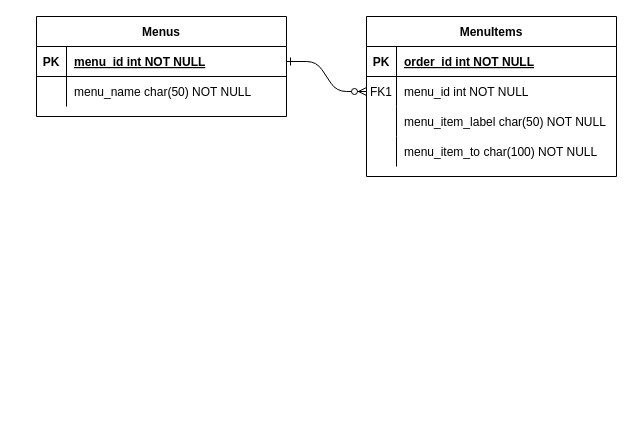
mckatoo/clean-arch-fullcycle keeps this draw.io diagram as ikatoo.drawio. Above is the earlier version. Source tidied: cells renumbered, new cells numbered last; positions are measured from the earlier drawing's top-left corner, leaving out a move shared by most shapes. Both pictures are drawn from the tidied source at 100%, with x=0, y=0 at pixel (36, 16).
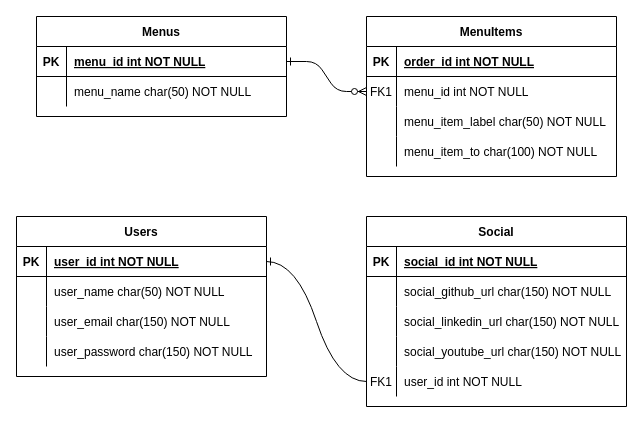
The same page after the edit.

Commit message:
Add users entity with relationship on social entity

Diff of the diagram source:
```diff
@@
+    <mxCell id="23" value="Social" style="shape=table;startSize=30;childLayout=tableLayout;rowLines=0;fontStyle=1;align=center;" parent="1" vertex="1">
+      <mxGeometry x="330" y="200" width="260" height="190" as="geometry" />
+    </mxCell>
+    <mxCell id="24" style="shape=partialRectangle;fillColor=none;top=0;left=0;right=0;bottom=1;" parent="23" vertex="1">
+      <mxGeometry y="30" width="260" height="30" as="geometry" />
+    </mxCell>
+    <mxCell id="25" value="PK" style="shape=partialRectangle;overflow=hidden;fillColor=none;top=0;left=0;bottom=0;right=0;fontStyle=1;" parent="24" vertex="1">
+      <mxGeometry width="30" height="30" as="geometry" />
+    </mxCell>
+    <mxCell id="26" value="social_id int NOT NULL " style="shape=partialRectangle;overflow=hidden;fillColor=none;top=0;left=0;bottom=0;right=0;align=left;spacingLeft=6;fontStyle=5;" parent="24" vertex="1">
+      <mxGeometry x="30" width="230" height="30" as="geometry" />
+    </mxCell>
+    <mxCell id="27" style="shape=partialRectangle;fillColor=none;top=0;left=0;right=0;bottom=0;" parent="23" vertex="1">
+      <mxGeometry y="60" width="260" height="30" as="geometry" />
+    </mxCell>
+    <mxCell id="28" style="shape=partialRectangle;overflow=hidden;fillColor=none;top=0;left=0;bottom=0;right=0;" parent="27" vertex="1">
+      <mxGeometry width="30" height="30" as="geometry" />
+    </mxCell>
+    <mxCell id="29" value="social_github_url char(150) NOT NULL" style="shape=partialRectangle;overflow=hidden;fillColor=none;top=0;left=0;bottom=0;right=0;align=left;spacingLeft=6;" parent="27" vertex="1">
+      <mxGeometry x="30" width="230" height="30" as="geometry" />
+    </mxCell>
+    <mxCell id="30" style="shape=partialRectangle;fillColor=none;top=0;left=0;right=0;bottom=0;" parent="23" vertex="1">
+      <mxGeometry y="90" width="260" height="30" as="geometry" />
+    </mxCell>
+    <mxCell id="31" style="shape=partialRectangle;overflow=hidden;fillColor=none;top=0;left=0;bottom=0;right=0;" parent="30" vertex="1">
+      <mxGeometry width="30" height="30" as="geometry" />
+    </mxCell>
+    <mxCell id="32" value="social_linkedin_url char(150) NOT NULL" style="shape=partialRectangle;overflow=hidden;fillColor=none;top=0;left=0;bottom=0;right=0;align=left;spacingLeft=6;" parent="30" vertex="1">
+      <mxGeometry x="30" width="230" height="30" as="geometry" />
+    </mxCell>
+    <mxCell id="33" style="shape=partialRectangle;fillColor=none;top=0;left=0;right=0;bottom=0;" parent="23" vertex="1">
+      <mxGeometry y="120" width="260" height="30" as="geometry" />
+    </mxCell>
+    <mxCell id="34" style="shape=partialRectangle;overflow=hidden;fillColor=none;top=0;left=0;bottom=0;right=0;" parent="33" vertex="1">
+      <mxGeometry width="30" height="30" as="geometry" />
+    </mxCell>
+    <mxCell id="35" value="social_youtube_url char(150) NOT NULL" style="shape=partialRectangle;overflow=hidden;fillColor=none;top=0;left=0;bottom=0;right=0;align=left;spacingLeft=6;" parent="33" vertex="1">
+      <mxGeometry x="30" width="230" height="30" as="geometry" />
+    </mxCell>
+    <mxCell id="36" style="shape=partialRectangle;fillColor=none;points=[[0,0.5],[1,0.5]];portConstraint=eastwest;top=0;left=0;right=0;bottom=0;" parent="23" vertex="1">
+      <mxGeometry y="150" width="260" height="30" as="geometry" />
+    </mxCell>
+    <mxCell id="37" value="FK1" style="shape=partialRectangle;overflow=hidden;fillColor=none;top=0;left=0;bottom=0;right=0;" parent="36" vertex="1">
+      <mxGeometry width="30" height="30" as="geometry" />
+    </mxCell>
+    <mxCell id="38" value="user_id int NOT NULL" style="shape=partialRectangle;overflow=hidden;fillColor=none;top=0;left=0;bottom=0;right=0;align=left;spacingLeft=6;" parent="36" vertex="1">
+      <mxGeometry x="30" width="230" height="30" as="geometry" />
+    </mxCell>
+    <mxCell id="39" value="Users" style="shape=table;startSize=30;childLayout=tableLayout;rowLines=0;fontStyle=1;align=center;" parent="1" vertex="1">
+      <mxGeometry x="-20" y="200" width="250" height="160" as="geometry" />
+    </mxCell>
+    <mxCell id="40" style="shape=partialRectangle;fillColor=none;points=[[0,0.5],[1,0.5]];portConstraint=eastwest;top=0;left=0;right=0;bottom=1;" parent="39" vertex="1">
+      <mxGeometry y="30" width="250" height="30" as="geometry" />
+    </mxCell>
+    <mxCell id="41" value="PK" style="shape=partialRectangle;overflow=hidden;fillColor=none;top=0;left=0;bottom=0;right=0;fontStyle=1;" parent="40" vertex="1">
+      <mxGeometry width="30" height="30" as="geometry" />
+    </mxCell>
+    <mxCell id="42" value="user_id int NOT NULL " style="shape=partialRectangle;overflow=hidden;fillColor=none;top=0;left=0;bottom=0;right=0;align=left;spacingLeft=6;fontStyle=5;" parent="40" vertex="1">
+      <mxGeometry x="30" width="220" height="30" as="geometry" />
+    </mxCell>
+    <mxCell id="43" style="shape=partialRectangle;fillColor=none;top=0;left=0;right=0;bottom=0;" parent="39" vertex="1">
+      <mxGeometry y="60" width="250" height="30" as="geometry" />
+    </mxCell>
+    <mxCell id="44" style="shape=partialRectangle;overflow=hidden;fillColor=none;top=0;left=0;bottom=0;right=0;" parent="43" vertex="1">
+      <mxGeometry width="30" height="30" as="geometry" />
+    </mxCell>
+    <mxCell id="45" value="user_name char(50) NOT NULL" style="shape=partialRectangle;overflow=hidden;fillColor=none;top=0;left=0;bottom=0;right=0;align=left;spacingLeft=6;" parent="43" vertex="1">
+      <mxGeometry x="30" width="220" height="30" as="geometry" />
+    </mxCell>
+    <mxCell id="46" style="shape=partialRectangle;fillColor=none;top=0;left=0;right=0;bottom=0;" parent="39" vertex="1">
+      <mxGeometry y="90" width="250" height="30" as="geometry" />
+    </mxCell>
+    <mxCell id="47" style="shape=partialRectangle;overflow=hidden;fillColor=none;top=0;left=0;bottom=0;right=0;" parent="46" vertex="1">
+      <mxGeometry width="30" height="30" as="geometry" />
+    </mxCell>
+    <mxCell id="48" value="user_email char(150) NOT NULL" style="shape=partialRectangle;overflow=hidden;fillColor=none;top=0;left=0;bottom=0;right=0;align=left;spacingLeft=6;" parent="46" vertex="1">
+      <mxGeometry x="30" width="220" height="30" as="geometry" />
+    </mxCell>
+    <mxCell id="49" style="shape=partialRectangle;fillColor=none;top=0;left=0;right=0;bottom=0;" parent="39" vertex="1">
+      <mxGeometry y="120" width="250" height="30" as="geometry" />
+    </mxCell>
+    <mxCell id="50" style="shape=partialRectangle;overflow=hidden;fillColor=none;top=0;left=0;bottom=0;right=0;" parent="49" vertex="1">
+      <mxGeometry width="30" height="30" as="geometry" />
+    </mxCell>
+    <mxCell id="51" value="user_password char(150) NOT NULL" style="shape=partialRectangle;overflow=hidden;fillColor=none;top=0;left=0;bottom=0;right=0;align=left;spacingLeft=6;" parent="49" vertex="1">
+      <mxGeometry x="30" width="220" height="30" as="geometry" />
+    </mxCell>
+    <mxCell id="52" style="edgeStyle=entityRelationEdgeStyle;fontSize=12;html=1;endArrow=ERone;endFill=1;curved=1;exitX=0;exitY=0.5;exitDx=0;exitDy=0;" parent="1" edge="1" source="36" target="40">
+      <mxGeometry relative="1" as="geometry" />
+    </mxCell>
```
